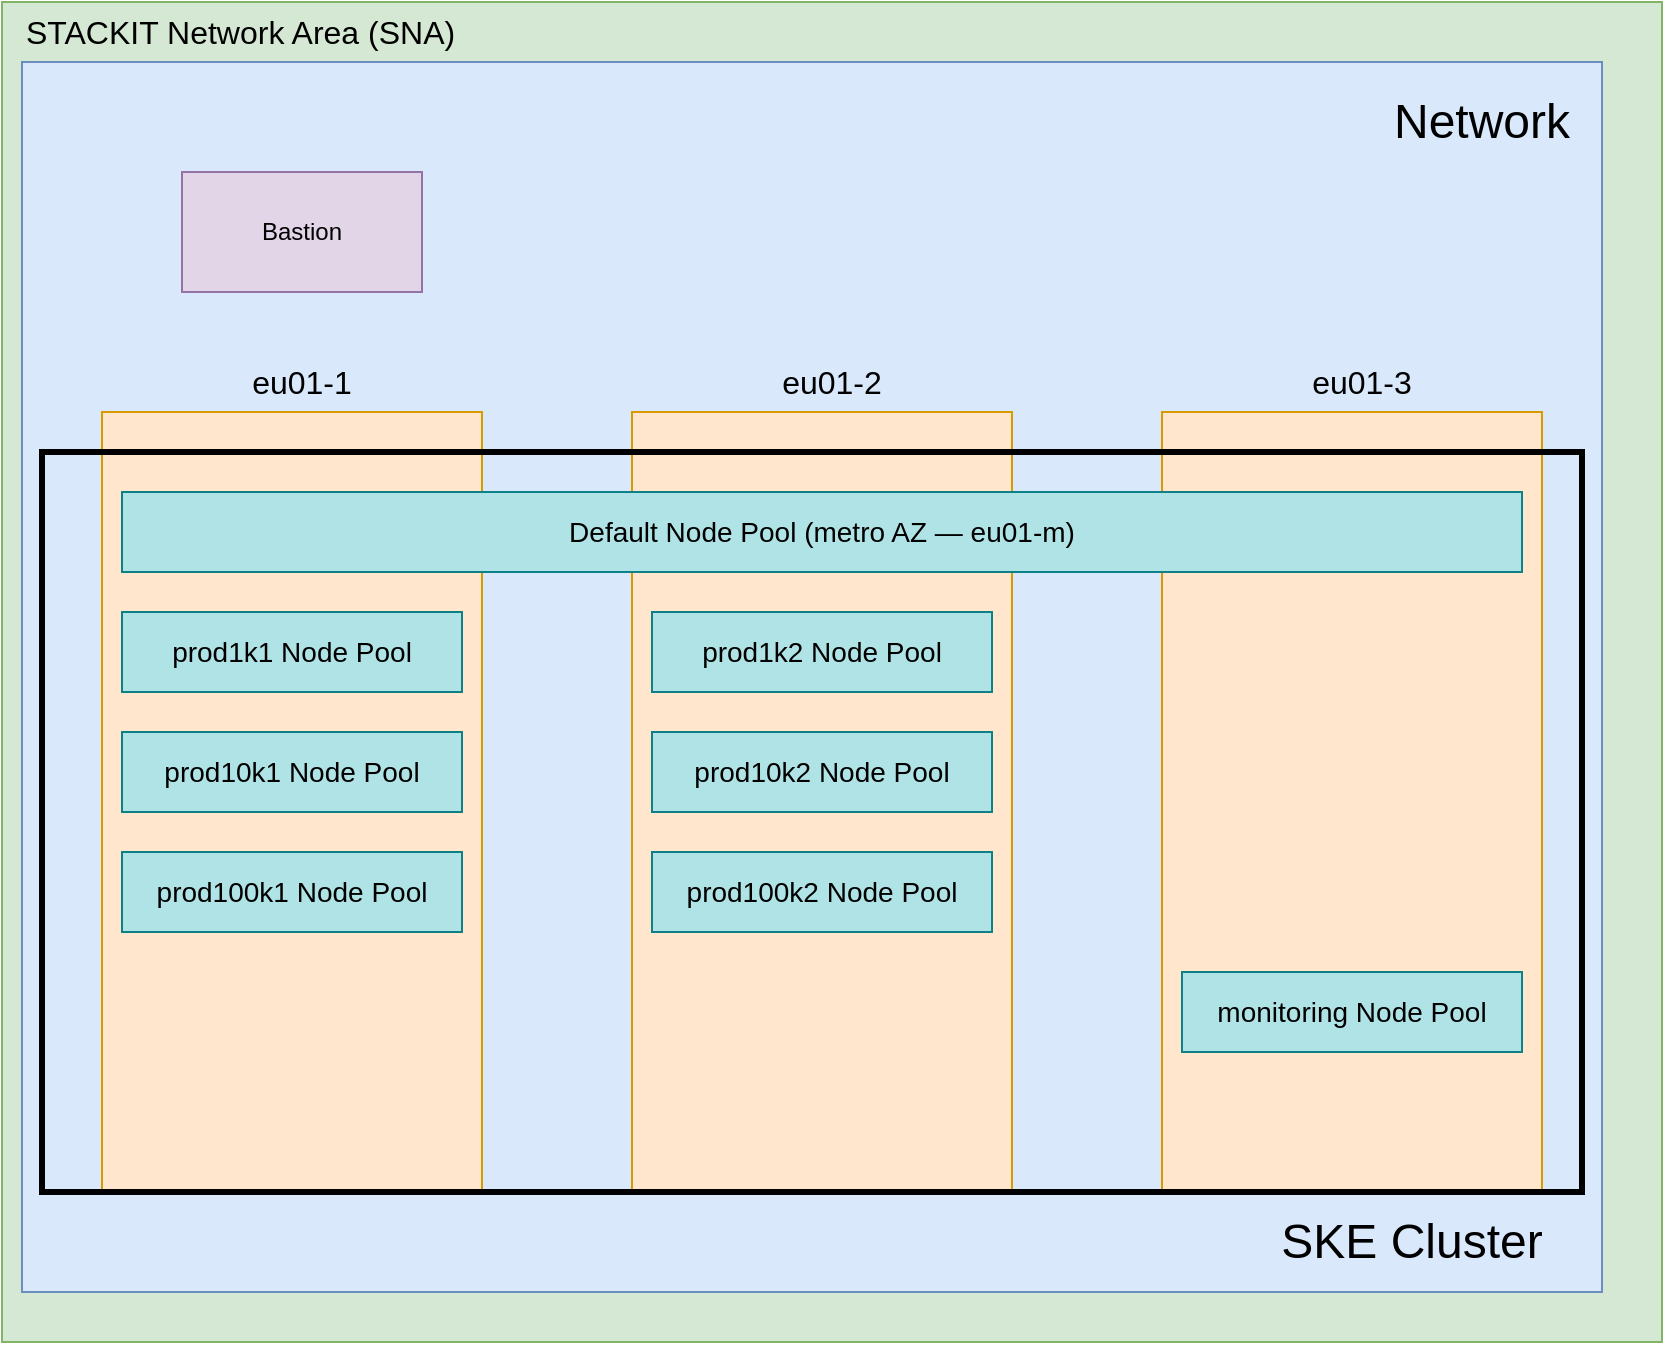
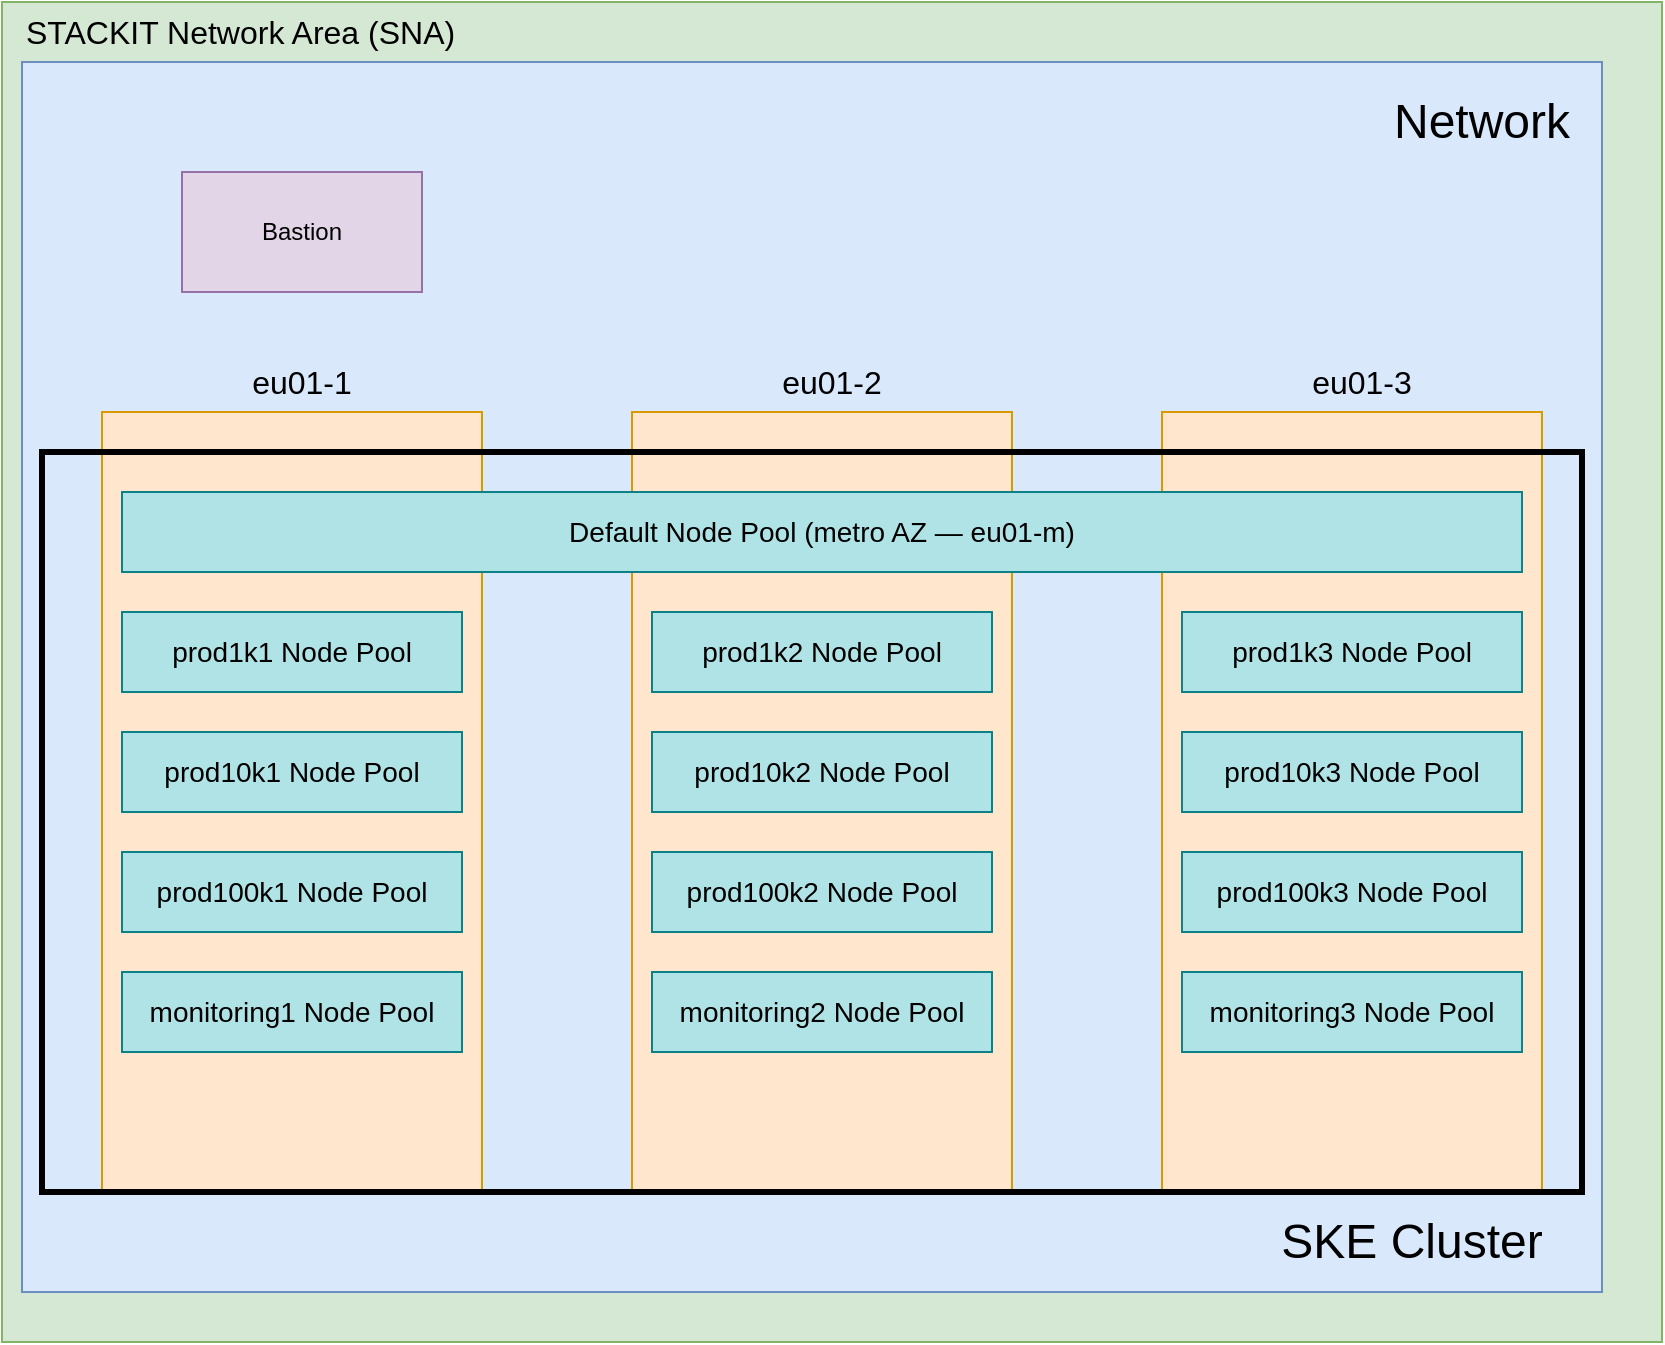
<mxfile host="app.diagrams.net" agent="Mozilla/5.0 (Macintosh; Intel Mac OS X 10_15_7) AppleWebKit/605.1.15 (KHTML, like Gecko) Version/17.6 Safari/605.1.15" version="26.0.10">
  <diagram name="Page-1" id="wOth1ota07Pw-S6lClBJ">
    <mxGraphModel dx="1434" dy="802" grid="1" gridSize="10" guides="1" tooltips="1" connect="1" arrows="1" fold="1" page="1" pageScale="1" pageWidth="850" pageHeight="1100" math="0" shadow="0">
      <root>
        <mxCell id="0" />
        <mxCell id="1" parent="0" />
        <mxCell id="ske-sna-bg" value="" style="rounded=0;whiteSpace=wrap;html=1;fillColor=#d5e8d4;strokeColor=#82b366;" parent="1" vertex="1">
          <mxGeometry x="10" y="5" width="830" height="670" as="geometry" />
        </mxCell>
        <mxCell id="ske-sna-label" value="STACKIT Network Area (SNA)" style="text;html=1;strokeColor=none;fillColor=none;align=left;verticalAlign=middle;whiteSpace=wrap;rounded=0;fontSize=16;" parent="1" vertex="1">
          <mxGeometry x="20" y="10" width="320" height="20" as="geometry" />
        </mxCell>
        <mxCell id="ske-net-bg" value="" style="rounded=0;whiteSpace=wrap;html=1;fillColor=#dae8fc;strokeColor=#6c8ebf;" parent="1" vertex="1">
          <mxGeometry x="20" y="35" width="790" height="615" as="geometry" />
        </mxCell>
        <mxCell id="ske-net-label" value="Network" style="text;html=1;strokeColor=none;fillColor=none;align=center;verticalAlign=middle;whiteSpace=wrap;rounded=0;fontSize=24;" parent="1" vertex="1">
          <mxGeometry x="690" y="50" width="120" height="30" as="geometry" />
        </mxCell>
        <mxCell id="ske-az1" value="" style="rounded=0;whiteSpace=wrap;html=1;fillColor=#ffe6cc;strokeColor=#d79b00;" parent="1" vertex="1">
          <mxGeometry x="60" y="210" width="190" height="390" as="geometry" />
        </mxCell>
        <mxCell id="ske-az1-label" value="eu01-1" style="text;html=1;strokeColor=none;fillColor=none;align=center;verticalAlign=middle;whiteSpace=wrap;rounded=0;fontSize=16;" parent="1" vertex="1">
          <mxGeometry x="95" y="180" width="130" height="30" as="geometry" />
        </mxCell>
        <mxCell id="ske-az2" value="" style="rounded=0;whiteSpace=wrap;html=1;fillColor=#ffe6cc;strokeColor=#d79b00;" parent="1" vertex="1">
          <mxGeometry x="325" y="210" width="190" height="390" as="geometry" />
        </mxCell>
        <mxCell id="ske-az2-label" value="eu01-2" style="text;html=1;strokeColor=none;fillColor=none;align=center;verticalAlign=middle;whiteSpace=wrap;rounded=0;fontSize=16;" parent="1" vertex="1">
          <mxGeometry x="360" y="180" width="130" height="30" as="geometry" />
        </mxCell>
        <mxCell id="ske-az3" value="" style="rounded=0;whiteSpace=wrap;html=1;fillColor=#ffe6cc;strokeColor=#d79b00;" parent="1" vertex="1">
          <mxGeometry x="590" y="210" width="190" height="390" as="geometry" />
        </mxCell>
        <mxCell id="ske-az3-label" value="eu01-3" style="text;html=1;strokeColor=none;fillColor=none;align=center;verticalAlign=middle;whiteSpace=wrap;rounded=0;fontSize=16;" parent="1" vertex="1">
          <mxGeometry x="625" y="180" width="130" height="30" as="geometry" />
        </mxCell>
        <mxCell id="ske-bastion" value="Bastion" style="rounded=0;whiteSpace=wrap;html=1;fillColor=#e1d5e7;strokeColor=#9673a6;" parent="1" vertex="1">
          <mxGeometry x="100" y="90" width="120" height="60" as="geometry" />
        </mxCell>
        <mxCell id="ske-cluster-border" value="" style="rounded=0;whiteSpace=wrap;html=1;fillColor=none;strokeWidth=3;" parent="1" vertex="1">
          <mxGeometry x="30" y="230" width="770" height="370" as="geometry" />
        </mxCell>
        <mxCell id="ske-cluster-label" value="SKE Cluster" style="text;html=1;strokeColor=none;fillColor=none;align=center;verticalAlign=middle;whiteSpace=wrap;rounded=0;fontSize=24;" parent="1" vertex="1">
          <mxGeometry x="640" y="610" width="150" height="30" as="geometry" />
        </mxCell>
        <mxCell id="ske-default-pool" value="&lt;font style=&quot;font-size: 14px;&quot;&gt;Default Node Pool (metro AZ — eu01-m)&lt;/font&gt;" style="rounded=0;whiteSpace=wrap;html=1;fillColor=#b0e3e6;strokeColor=#0e8088;" parent="1" vertex="1">
          <mxGeometry x="70" y="250" width="700" height="40" as="geometry" />
        </mxCell>
        <mxCell id="ske-prod1k1" value="&lt;font style=&quot;font-size: 14px;&quot;&gt;prod1k1 Node Pool&lt;/font&gt;" style="rounded=0;whiteSpace=wrap;html=1;fillColor=#b0e3e6;strokeColor=#0e8088;" parent="1" vertex="1">
          <mxGeometry x="70" y="310" width="170" height="40" as="geometry" />
        </mxCell>
        <mxCell id="ske-prod1k2" value="&lt;font style=&quot;font-size: 14px;&quot;&gt;prod1k2 Node Pool&lt;/font&gt;" style="rounded=0;whiteSpace=wrap;html=1;fillColor=#b0e3e6;strokeColor=#0e8088;" parent="1" vertex="1">
          <mxGeometry x="335" y="310" width="170" height="40" as="geometry" />
        </mxCell>
+         <mxCell id="ske-prod1k3" value="&lt;font style=&quot;font-size: 14px;&quot;&gt;prod1k3 Node Pool&lt;/font&gt;" style="rounded=0;whiteSpace=wrap;html=1;fillColor=#b0e3e6;strokeColor=#0e8088;" parent="1" vertex="1">
+           <mxGeometry x="600" y="310" width="170" height="40" as="geometry" />
+         </mxCell>
        <mxCell id="ske-prod10k1" value="&lt;font style=&quot;font-size: 14px;&quot;&gt;prod10k1 Node Pool&lt;/font&gt;" style="rounded=0;whiteSpace=wrap;html=1;fillColor=#b0e3e6;strokeColor=#0e8088;" parent="1" vertex="1">
          <mxGeometry x="70" y="370" width="170" height="40" as="geometry" />
        </mxCell>
        <mxCell id="ske-prod10k2" value="&lt;font style=&quot;font-size: 14px;&quot;&gt;prod10k2 Node Pool&lt;/font&gt;" style="rounded=0;whiteSpace=wrap;html=1;fillColor=#b0e3e6;strokeColor=#0e8088;" parent="1" vertex="1">
          <mxGeometry x="335" y="370" width="170" height="40" as="geometry" />
+         </mxCell>
+         <mxCell id="ske-prod10k3" value="&lt;font style=&quot;font-size: 14px;&quot;&gt;prod10k3 Node Pool&lt;/font&gt;" style="rounded=0;whiteSpace=wrap;html=1;fillColor=#b0e3e6;strokeColor=#0e8088;" parent="1" vertex="1">
+           <mxGeometry x="600" y="370" width="170" height="40" as="geometry" />
        </mxCell>
        <mxCell id="ske-prod100k1" value="&lt;font style=&quot;font-size: 14px;&quot;&gt;prod100k1 Node Pool&lt;/font&gt;" style="rounded=0;whiteSpace=wrap;html=1;fillColor=#b0e3e6;strokeColor=#0e8088;" parent="1" vertex="1">
          <mxGeometry x="70" y="430" width="170" height="40" as="geometry" />
        </mxCell>
        <mxCell id="ske-prod100k2" value="&lt;font style=&quot;font-size: 14px;&quot;&gt;prod100k2 Node Pool&lt;/font&gt;" style="rounded=0;whiteSpace=wrap;html=1;fillColor=#b0e3e6;strokeColor=#0e8088;" parent="1" vertex="1">
          <mxGeometry x="335" y="430" width="170" height="40" as="geometry" />
        </mxCell>
-         <mxCell id="ske-monitoring" value="&lt;font style=&quot;font-size: 14px;&quot;&gt;monitoring Node Pool&lt;/font&gt;" style="rounded=0;whiteSpace=wrap;html=1;fillColor=#b0e3e6;strokeColor=#0e8088;" parent="1" vertex="1">
+         <mxCell id="ske-prod100k3" value="&lt;font style=&quot;font-size: 14px;&quot;&gt;prod100k3 Node Pool&lt;/font&gt;" style="rounded=0;whiteSpace=wrap;html=1;fillColor=#b0e3e6;strokeColor=#0e8088;" parent="1" vertex="1">
+           <mxGeometry x="600" y="430" width="170" height="40" as="geometry" />
+         </mxCell>
+         <mxCell id="ske-monitoring1" value="&lt;font style=&quot;font-size: 14px;&quot;&gt;monitoring1 Node Pool&lt;/font&gt;" style="rounded=0;whiteSpace=wrap;html=1;fillColor=#b0e3e6;strokeColor=#0e8088;" parent="1" vertex="1">
+           <mxGeometry x="70" y="490" width="170" height="40" as="geometry" />
+         </mxCell>
+         <mxCell id="ske-monitoring2" value="&lt;font style=&quot;font-size: 14px;&quot;&gt;monitoring2 Node Pool&lt;/font&gt;" style="rounded=0;whiteSpace=wrap;html=1;fillColor=#b0e3e6;strokeColor=#0e8088;" parent="1" vertex="1">
+           <mxGeometry x="335" y="490" width="170" height="40" as="geometry" />
+         </mxCell>
+         <mxCell id="ske-monitoring3" value="&lt;font style=&quot;font-size: 14px;&quot;&gt;monitoring3 Node Pool&lt;/font&gt;" style="rounded=0;whiteSpace=wrap;html=1;fillColor=#b0e3e6;strokeColor=#0e8088;" parent="1" vertex="1">
          <mxGeometry x="600" y="490" width="170" height="40" as="geometry" />
        </mxCell>
      </root>
    </mxGraphModel>
  </diagram>
</mxfile>
